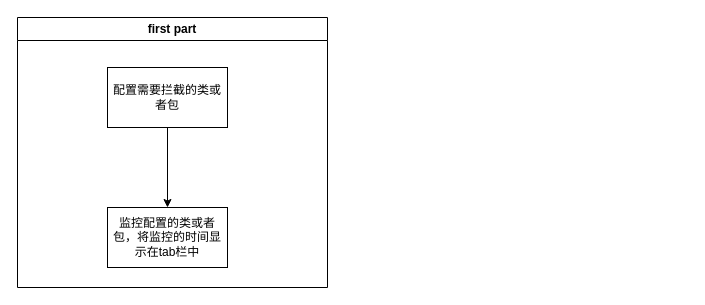
Before: idea监控方法时间插件开发流程设计.drawio in RR9-cn/DrawFile, a draw.io diagram. Source tidied: cells renumbered, new cells numbered last; positions are measured from the earlier drawing's top-left corner, leaving out a move shared by most shapes. Both pictures are drawn from the tidied source at 100%, with x=0, y=0 at pixel (17, 17).
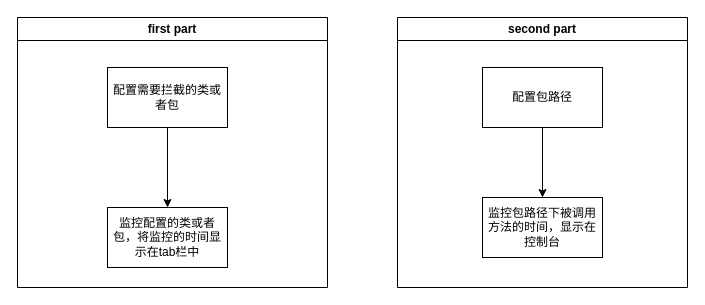
Above is the later version.

Commit message:
更新idea监控方法时间插件开发流程设计.drawio

What changed in the source:
```diff
@@
 <mxGraphModel>
   <root>
     <mxCell id="0" />
     <mxCell id="1" parent="0" />
     <mxCell id="2" value="first part" style="swimlane;whiteSpace=wrap;html=1;" parent="1" vertex="1">
       <mxGeometry width="310" height="270" as="geometry" />
     </mxCell>
     <mxCell id="3" style="edgeStyle=orthogonalEdgeStyle;rounded=0;jettySize=auto;html=1;" parent="2" edge="1" source="4" target="5">
       <mxGeometry relative="1" as="geometry" />
     </mxCell>
     <mxCell id="4" value="配置需要拦截的类或者包" style="rounded=0;whiteSpace=wrap;html=1;" parent="2" vertex="1">
       <mxGeometry x="90" y="50" width="120" height="60" as="geometry" />
     </mxCell>
     <mxCell id="5" value="监控配置的类或者包，将监控的时间显示在tab栏中" style="rounded=0;whiteSpace=wrap;html=1;" parent="2" vertex="1">
       <mxGeometry x="90" y="190" width="120" height="60" as="geometry" />
     </mxCell>
+    <mxCell id="6" value="second part" style="swimlane;whiteSpace=wrap;html=1;" parent="1" vertex="1">
+      <mxGeometry x="380" width="290" height="270" as="geometry" />
+    </mxCell>
+    <mxCell id="7" style="edgeStyle=orthogonalEdgeStyle;rounded=0;jettySize=auto;html=1;entryX=0.5;entryY=0;entryDx=0;entryDy=0;" parent="6" edge="1" source="8" target="9">
+      <mxGeometry relative="1" as="geometry" />
+    </mxCell>
+    <mxCell id="8" value="配置包路径" style="rounded=0;whiteSpace=wrap;html=1;" parent="6" vertex="1">
+      <mxGeometry x="85" y="50" width="120" height="60" as="geometry" />
+    </mxCell>
+    <mxCell id="9" value="监控包路径下被调用方法的时间，显示在控制台" style="rounded=0;whiteSpace=wrap;html=1;" parent="6" vertex="1">
+      <mxGeometry x="85" y="180" width="120" height="60" as="geometry" />
+    </mxCell>
   </root>
 </mxGraphModel>
```
